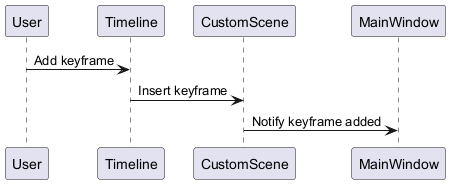
This is html/inline_umlgraph_4.png from ChihiroYamashita/cg-repo, a PlantUML export, as it was before one commit. The source it was exported from:
```plantuml
@startuml inline_umlgraph_4.png
User -> Timeline : Add keyframe
Timeline -> CustomScene : Insert keyframe
CustomScene -> MainWindow : Notify keyframe added
@enduml
```
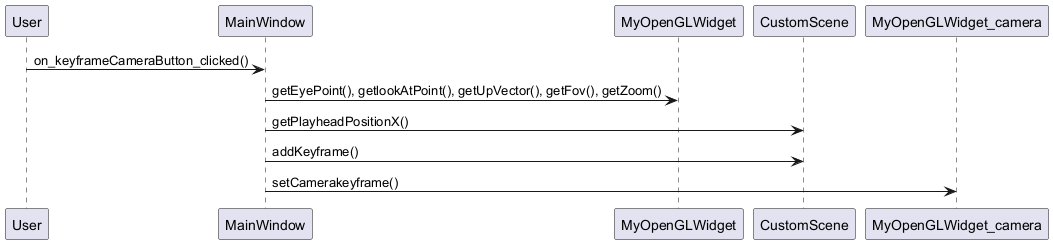
The same diagram one commit later.

Diff of the diagram source:
```diff
@@ -1,5 +1,7 @@
 @startuml inline_umlgraph_4.png
-User -> Timeline : Add keyframe
-Timeline -> CustomScene : Insert keyframe
-CustomScene -> MainWindow : Notify keyframe added
+User -> MainWindow : on_keyframeCameraButton_clicked()
+MainWindow -> MyOpenGLWidget : getEyePoint(), getlookAtPoint(), getUpVector(), getFov(), getZoom()
+MainWindow -> CustomScene : getPlayheadPositionX()
+MainWindow -> CustomScene : addKeyframe()
+MainWindow -> MyOpenGLWidget_camera : setCamerakeyframe()
 @enduml
```
